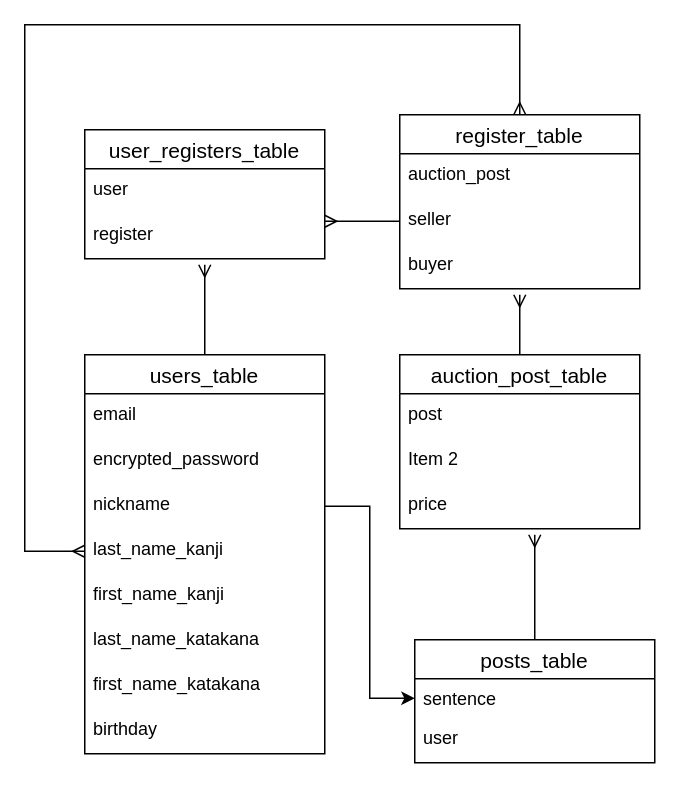
Earlier version of the draw.io diagram ER.dio (marchuta/tweetication). Source tidied: cells renumbered, new cells numbered last; positions are measured from the earlier drawing's top-left corner, leaving out a move shared by most shapes. Both pictures are drawn from the tidied source at 150%, with x=0, y=0 at pixel (24, 24).
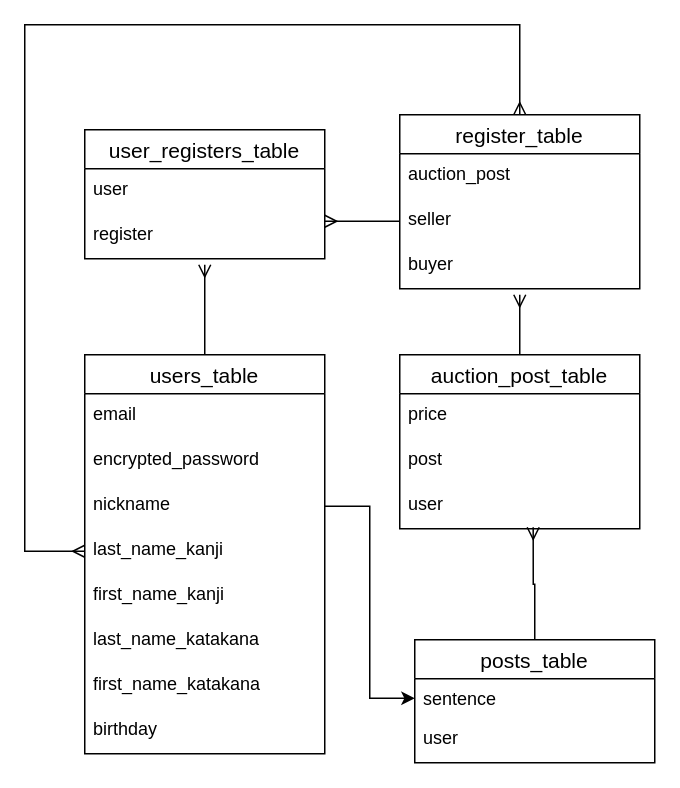
The same page after the edit.

Unchanged cells that the change refers to:
```xml
<mxCell id="13" value="posts_table" style="swimlane;fontStyle=0;horizontal=1;startSize=26;align=center;fontSize=14;" parent="1" vertex="1">
  <mxGeometry x="260" y="410" width="160" height="82" as="geometry" />
</mxCell>
<mxCell id="23" value="auction_post_table" style="swimlane;fontStyle=0;horizontal=1;startSize=26;align=center;fontSize=14;" parent="1" vertex="1">
  <mxGeometry x="250" y="220" width="160" height="116" as="geometry" />
</mxCell>
```

Change to the diagram source:
```diff
@@
-    <mxCell id="12" style="edgeStyle=orthogonalEdgeStyle;rounded=0;jettySize=auto;html=1;startArrow=none;startFill=0;endArrow=ERmany;endFill=0;" parent="1" edge="1" source="13">
-      <mxGeometry relative="1" as="geometry">
-        <mxPoint x="340" y="340" as="targetPoint" />
-      </mxGeometry>
-    </mxCell>
+    <mxCell id="31" style="edgeStyle=orthogonalEdgeStyle;rounded=0;jettySize=auto;html=1;entryX=0.556;entryY=0.967;entryDx=0;entryDy=0;entryPerimeter=0;endArrow=ERmany;endFill=0;" parent="1" edge="1" source="13" target="32">
+      <mxGeometry relative="1" as="geometry" />
+    </mxCell>
@@
-    <mxCell id="24" value="post" style="text;strokeColor=none;fillColor=none;spacingLeft=4;spacingRight=4;overflow=hidden;fontSize=12;" parent="23" vertex="1">
+    <mxCell id="24" value="price" style="text;strokeColor=none;fillColor=none;spacingLeft=4;spacingRight=4;overflow=hidden;fontSize=12;" parent="23" vertex="1">
       <mxGeometry y="26" width="160" height="30" as="geometry" />
     </mxCell>
-    <mxCell id="25" value="Item 2" style="text;strokeColor=none;fillColor=none;spacingLeft=4;spacingRight=4;overflow=hidden;fontSize=12;" parent="23" vertex="1">
-      <mxGeometry y="56" width="160" height="30" as="geometry" />
-    </mxCell>
-    <mxCell id="26" value="price" style="text;strokeColor=none;fillColor=none;spacingLeft=4;spacingRight=4;overflow=hidden;fontSize=12;" parent="23" vertex="1">
-      <mxGeometry y="86" width="160" height="30" as="geometry" />
+    <mxCell id="26" value="post&#10;" style="text;strokeColor=none;fillColor=none;spacingLeft=4;spacingRight=4;overflow=hidden;fontSize=12;" parent="23" vertex="1">
+      <mxGeometry y="56" width="160" height="30" as="geometry" />
     </mxCell>
+    <mxCell id="32" value="user" style="text;strokeColor=none;fillColor=none;spacingLeft=4;spacingRight=4;overflow=hidden;points=[[0,0.5],[1,0.5]];portConstraint=eastwest;fontSize=12;" parent="23" vertex="1">
+      <mxGeometry y="86" width="160" height="30" as="geometry" />
+    </mxCell>
```
